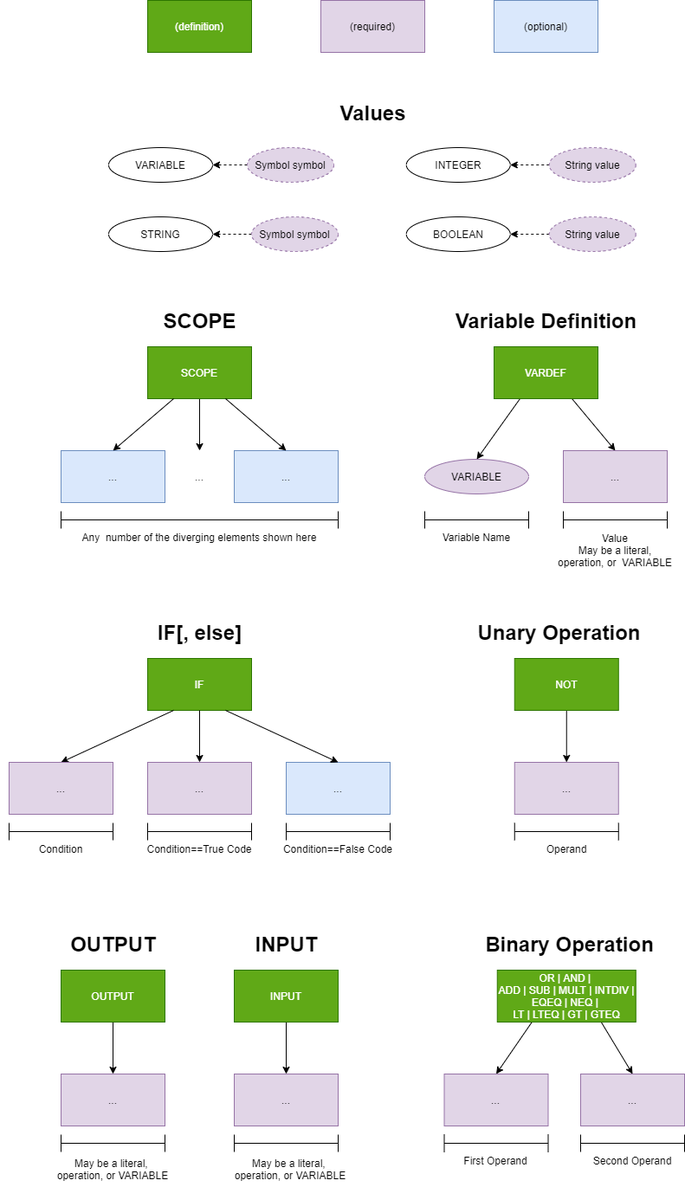
The draw.io diagram README/Images/LanguageConstructs0-Constructs.png in ZacharyYGateley/Compiler, before a commit. Source tidied: cells renumbered, new cells last; positions are measured from the earlier drawing's top-left corner, leaving out a move shared by most shapes.
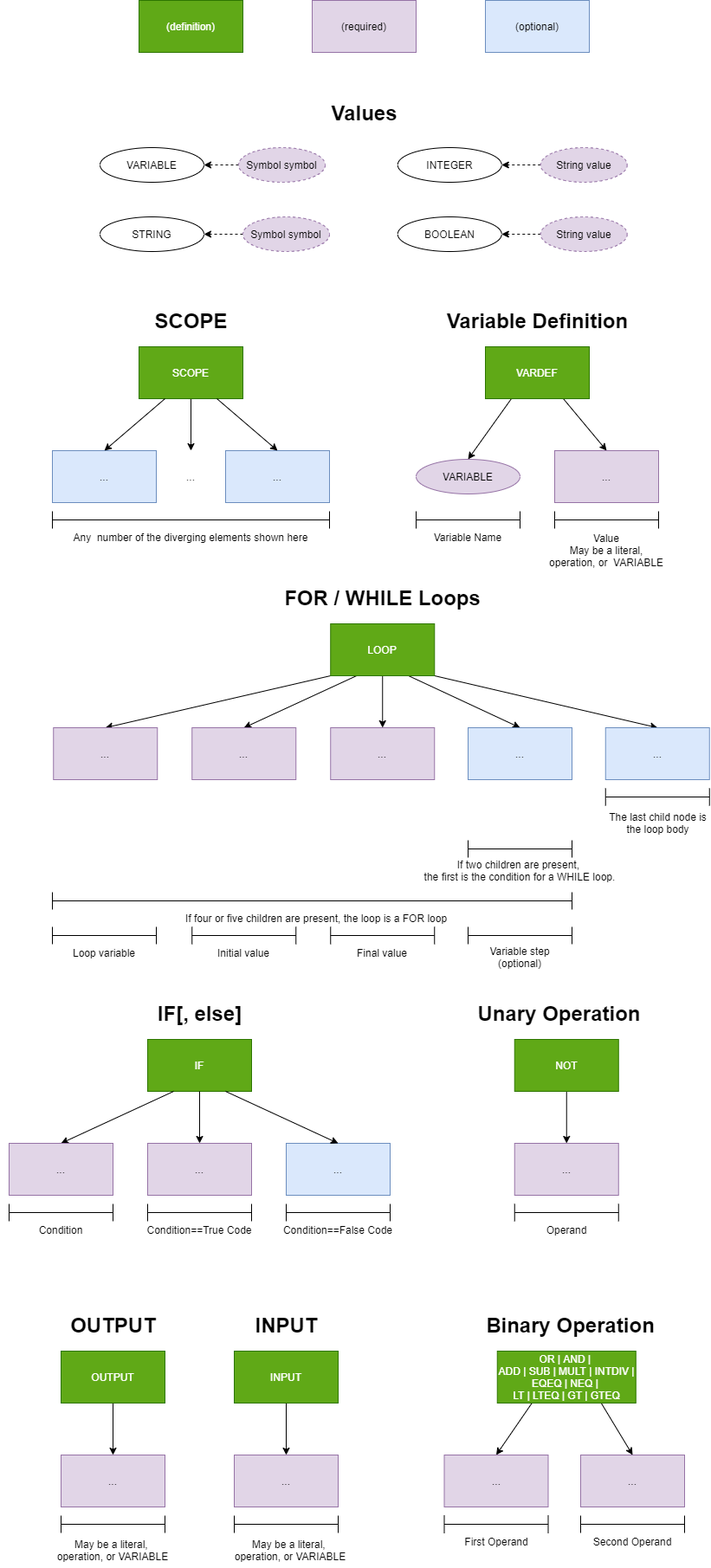
Later version of the same file.

Change to the diagram source:
```diff
@@ -4,26 +4,26 @@
     <mxCell id="1" parent="0" />
     <mxCell id="2" style="edgeStyle=orthogonalEdgeStyle;rounded=0;jettySize=auto;html=1;exitX=0.5;exitY=1;exitDx=0;exitDy=0;startArrow=none;startFill=0;" parent="1" edge="1" source="3">
       <mxGeometry relative="1" as="geometry">
-        <mxPoint x="230" y="520" as="targetPoint" />
+        <mxPoint x="220" y="80" as="targetPoint" />
       </mxGeometry>
     </mxCell>
     <mxCell id="3" value="SCOPE" style="rounded=0;whiteSpace=wrap;html=1;fillColor=#60a917;strokeColor=#2D7600;fontColor=#ffffff;" parent="1" vertex="1">
-      <mxGeometry x="170" y="400" width="120" height="60" as="geometry" />
+      <mxGeometry x="160" y="-40" width="120" height="60" as="geometry" />
     </mxCell>
     <mxCell id="4" value="..." style="text;html=1;strokeColor=none;fillColor=none;align=center;verticalAlign=middle;whiteSpace=wrap;rounded=0;" parent="1" vertex="1">
-      <mxGeometry x="210" y="540" width="40" height="20" as="geometry" />
+      <mxGeometry x="200" y="100" width="40" height="20" as="geometry" />
     </mxCell>
     <mxCell id="5" style="shape=crossbar;whiteSpace=wrap;html=1;rounded=1;" parent="1" vertex="1">
-      <mxGeometry x="70" y="590" width="320" height="20" as="geometry" />
+      <mxGeometry x="60" y="150" width="320" height="20" as="geometry" />
     </mxCell>
     <mxCell id="6" value="Any&amp;nbsp; number of the diverging elements shown here" style="text;html=1;strokeColor=none;fillColor=none;align=center;verticalAlign=middle;whiteSpace=wrap;rounded=0;" parent="1" vertex="1">
-      <mxGeometry x="50" y="610" width="360" height="20" as="geometry" />
+      <mxGeometry x="40" y="170" width="360" height="20" as="geometry" />
     </mxCell>
     <mxCell id="7" value="..." style="rounded=0;whiteSpace=wrap;html=1;fillColor=#dae8fc;strokeColor=#6c8ebf;" parent="1" vertex="1">
-      <mxGeometry x="70" y="520" width="120" height="60" as="geometry" />
+      <mxGeometry x="60" y="80" width="120" height="60" as="geometry" />
     </mxCell>
     <mxCell id="8" value="..." style="rounded=0;whiteSpace=wrap;html=1;fillColor=#dae8fc;strokeColor=#6c8ebf;" parent="1" vertex="1">
-      <mxGeometry x="270" y="520" width="120" height="60" as="geometry" />
+      <mxGeometry x="260" y="80" width="120" height="60" as="geometry" />
     </mxCell>
     <mxCell id="9" style="endArrow=classic;html=1;exitX=0.75;exitY=1;exitDx=0;exitDy=0;entryX=0.5;entryY=0;entryDx=0;entryDy=0;" parent="1" edge="1" source="3" target="8">
       <mxGeometry relative="1" as="geometry" />
@@ -32,10 +32,10 @@
       <mxGeometry relative="1" as="geometry" />
     </mxCell>
     <mxCell id="11" value="SCOPE" style="text;strokeColor=none;fillColor=none;html=1;fontSize=24;fontStyle=1;verticalAlign=middle;align=center;" parent="1" vertex="1">
-      <mxGeometry x="180" y="350" width="100" height="40" as="geometry" />
+      <mxGeometry x="170" y="-90" width="100" height="40" as="geometry" />
     </mxCell>
     <mxCell id="12" value="VARIABLE" style="ellipse;whiteSpace=wrap;html=1;fillColor=#e1d5e7;strokeColor=#9673a6;" parent="1" vertex="1">
-      <mxGeometry x="490" y="530" width="120" height="40" as="geometry" />
+      <mxGeometry x="480" y="90" width="120" height="40" as="geometry" />
     </mxCell>
     <mxCell id="13" style="endArrow=classic;html=1;entryX=0.5;entryY=0;entryDx=0;entryDy=0;exitX=0.75;exitY=1;exitDx=0;exitDy=0;" parent="1" edge="1" source="18" target="19">
       <mxGeometry relative="1" as="geometry" />
@@ -44,25 +44,25 @@
       <mxGeometry relative="1" as="geometry" />
     </mxCell>
     <mxCell id="15" value="Value&lt;br&gt;May be a literal, operation, or&amp;nbsp;&amp;nbsp;VARIABLE" style="text;html=1;strokeColor=none;fillColor=none;align=center;verticalAlign=middle;whiteSpace=wrap;rounded=0;" parent="1" vertex="1">
-      <mxGeometry x="640" y="610" width="140" height="50" as="geometry" />
+      <mxGeometry x="630" y="170" width="140" height="50" as="geometry" />
     </mxCell>
     <mxCell id="16" style="shape=crossbar;whiteSpace=wrap;html=1;rounded=1;" parent="1" vertex="1">
-      <mxGeometry x="490" y="590" width="120" height="20" as="geometry" />
+      <mxGeometry x="480" y="150" width="120" height="20" as="geometry" />
     </mxCell>
     <mxCell id="17" value="Variable Name" style="text;html=1;strokeColor=none;fillColor=none;align=center;verticalAlign=middle;whiteSpace=wrap;rounded=0;" parent="1" vertex="1">
-      <mxGeometry x="495" y="610" width="110" height="20" as="geometry" />
+      <mxGeometry x="485" y="170" width="110" height="20" as="geometry" />
     </mxCell>
     <mxCell id="18" value="VARDEF" style="rounded=0;whiteSpace=wrap;html=1;fillColor=#60a917;strokeColor=#2D7600;fontColor=#ffffff;" parent="1" vertex="1">
-      <mxGeometry x="570" y="400" width="120" height="60" as="geometry" />
+      <mxGeometry x="560" y="-40" width="120" height="60" as="geometry" />
     </mxCell>
     <mxCell id="19" value="..." style="rounded=0;whiteSpace=wrap;html=1;fillColor=#e1d5e7;strokeColor=#9673a6;" parent="1" vertex="1">
-      <mxGeometry x="650" y="520" width="120" height="60" as="geometry" />
+      <mxGeometry x="640" y="80" width="120" height="60" as="geometry" />
     </mxCell>
     <mxCell id="20" style="shape=crossbar;whiteSpace=wrap;html=1;rounded=1;" parent="1" vertex="1">
-      <mxGeometry x="650" y="590" width="120" height="20" as="geometry" />
+      <mxGeometry x="640" y="150" width="120" height="20" as="geometry" />
     </mxCell>
     <mxCell id="21" value="Variable Definition" style="text;strokeColor=none;fillColor=none;html=1;fontSize=24;fontStyle=1;verticalAlign=middle;align=center;labelBackgroundColor=none;" parent="1" vertex="1">
-      <mxGeometry x="580" y="350" width="100" height="40" as="geometry" />
+      <mxGeometry x="570" y="-90" width="100" height="40" as="geometry" />
     </mxCell>
     <mxCell id="22" value="IF" style="rounded=0;whiteSpace=wrap;html=1;fillColor=#60a917;strokeColor=#2D7600;fontColor=#ffffff;" parent="1" vertex="1">
       <mxGeometry x="170" y="760" width="120" height="60" as="geometry" />
@@ -194,52 +194,52 @@
       <mxGeometry x="595" y="710" width="100" height="40" as="geometry" />
     </mxCell>
     <mxCell id="65" value="(optional)" style="rounded=0;whiteSpace=wrap;html=1;fillColor=#dae8fc;strokeColor=#6c8ebf;" parent="1" vertex="1">
-      <mxGeometry x="570" width="120" height="60" as="geometry" />
+      <mxGeometry x="560" y="-440" width="120" height="60" as="geometry" />
     </mxCell>
     <mxCell id="66" value="(required)" style="rounded=0;whiteSpace=wrap;html=1;fillColor=#e1d5e7;strokeColor=#9673a6;" parent="1" vertex="1">
-      <mxGeometry x="370" width="120" height="60" as="geometry" />
+      <mxGeometry x="360" y="-440" width="120" height="60" as="geometry" />
     </mxCell>
     <mxCell id="67" value="(definition)" style="rounded=0;whiteSpace=wrap;html=1;fillColor=#60a917;strokeColor=#2D7600;fontColor=#ffffff;" parent="1" vertex="1">
-      <mxGeometry x="170" width="120" height="60" as="geometry" />
+      <mxGeometry x="160" y="-440" width="120" height="60" as="geometry" />
     </mxCell>
     <mxCell id="68" value="VARIABLE" style="ellipse;whiteSpace=wrap;html=1;" parent="1" vertex="1">
-      <mxGeometry x="125" y="170" width="120" height="40" as="geometry" />
+      <mxGeometry x="115" y="-270" width="120" height="40" as="geometry" />
     </mxCell>
     <mxCell id="69" style="edgeStyle=orthogonalEdgeStyle;rounded=0;jettySize=auto;html=1;exitX=0;exitY=0.5;exitDx=0;exitDy=0;entryX=1;entryY=0.5;entryDx=0;entryDy=0;dashed=1;" parent="1" edge="1" source="70" target="68">
       <mxGeometry relative="1" as="geometry" />
     </mxCell>
     <mxCell id="70" value="Symbol symbol" style="ellipse;whiteSpace=wrap;html=1;align=center;dashed=1;fillColor=#e1d5e7;strokeColor=#9673a6;" parent="1" vertex="1">
-      <mxGeometry x="285" y="170" width="100" height="40" as="geometry" />
+      <mxGeometry x="275" y="-270" width="100" height="40" as="geometry" />
     </mxCell>
     <mxCell id="71" value="STRING" style="ellipse;whiteSpace=wrap;html=1;" parent="1" vertex="1">
-      <mxGeometry x="125" y="250" width="120" height="40" as="geometry" />
+      <mxGeometry x="115" y="-190" width="120" height="40" as="geometry" />
     </mxCell>
     <mxCell id="72" style="edgeStyle=orthogonalEdgeStyle;rounded=0;jettySize=auto;html=1;exitX=0;exitY=0.5;exitDx=0;exitDy=0;entryX=1;entryY=0.5;entryDx=0;entryDy=0;dashed=1;" parent="1" edge="1" source="73" target="71">
       <mxGeometry relative="1" as="geometry" />
     </mxCell>
     <mxCell id="73" value="Symbol symbol" style="ellipse;whiteSpace=wrap;html=1;align=center;dashed=1;fillColor=#e1d5e7;strokeColor=#9673a6;" parent="1" vertex="1">
-      <mxGeometry x="290" y="250" width="100" height="40" as="geometry" />
+      <mxGeometry x="280" y="-190" width="100" height="40" as="geometry" />
     </mxCell>
     <mxCell id="74" value="INTEGER" style="ellipse;whiteSpace=wrap;html=1;" parent="1" vertex="1">
-      <mxGeometry x="468.8" y="170" width="120" height="40" as="geometry" />
+      <mxGeometry x="458.8" y="-270" width="120" height="40" as="geometry" />
     </mxCell>
     <mxCell id="75" style="edgeStyle=orthogonalEdgeStyle;rounded=0;jettySize=auto;html=1;exitX=0;exitY=0.5;exitDx=0;exitDy=0;entryX=1;entryY=0.5;entryDx=0;entryDy=0;dashed=1;" parent="1" edge="1" source="76" target="74">
       <mxGeometry relative="1" as="geometry" />
     </mxCell>
     <mxCell id="76" value="String value" style="ellipse;whiteSpace=wrap;html=1;align=center;dashed=1;fillColor=#e1d5e7;strokeColor=#9673a6;" parent="1" vertex="1">
-      <mxGeometry x="633.8" y="170" width="100" height="40" as="geometry" />
+      <mxGeometry x="623.8" y="-270" width="100" height="40" as="geometry" />
     </mxCell>
     <mxCell id="77" value="Values" style="text;strokeColor=none;fillColor=none;html=1;fontSize=24;fontStyle=1;verticalAlign=middle;align=center;dashed=1;" parent="1" vertex="1">
-      <mxGeometry x="380" y="110" width="100" height="40" as="geometry" />
+      <mxGeometry x="370" y="-330" width="100" height="40" as="geometry" />
     </mxCell>
     <mxCell id="78" value="BOOLEAN" style="ellipse;whiteSpace=wrap;html=1;" parent="1" vertex="1">
-      <mxGeometry x="468.8" y="250" width="120" height="40" as="geometry" />
+      <mxGeometry x="458.8" y="-190" width="120" height="40" as="geometry" />
     </mxCell>
     <mxCell id="79" style="edgeStyle=orthogonalEdgeStyle;rounded=0;jettySize=auto;html=1;exitX=0;exitY=0.5;exitDx=0;exitDy=0;entryX=1;entryY=0.5;entryDx=0;entryDy=0;dashed=1;" parent="1" edge="1" source="80" target="78">
       <mxGeometry relative="1" as="geometry" />
     </mxCell>
     <mxCell id="80" value="String value" style="ellipse;whiteSpace=wrap;html=1;align=center;dashed=1;fillColor=#e1d5e7;strokeColor=#9673a6;" parent="1" vertex="1">
-      <mxGeometry x="633.8" y="250" width="100" height="40" as="geometry" />
+      <mxGeometry x="623.8" y="-190" width="100" height="40" as="geometry" />
     </mxCell>
     <mxCell id="81" style="edgeStyle=orthogonalEdgeStyle;rounded=0;jettySize=auto;html=1;exitX=0.5;exitY=1;exitDx=0;exitDy=0;entryX=0.5;entryY=0;entryDx=0;entryDy=0;endArrow=classic;endFill=1;" parent="1" edge="1" source="82" target="63">
       <mxGeometry relative="1" as="geometry" />
@@ -250,5 +250,83 @@
     <mxCell id="83" value="May be a literal, &lt;br&gt;operation, or VARIABLE" style="text;html=1;strokeColor=none;fillColor=none;align=center;verticalAlign=middle;whiteSpace=wrap;rounded=0;labelBackgroundColor=none;" parent="1" vertex="1">
       <mxGeometry x="255" y="1330" width="160" height="40" as="geometry" />
     </mxCell>
+    <mxCell id="84" style="rounded=0;jettySize=auto;html=1;exitX=0;exitY=1;exitDx=0;exitDy=0;entryX=0.5;entryY=0;entryDx=0;entryDy=0;" parent="1" edge="1" source="89" target="94">
+      <mxGeometry relative="1" as="geometry" />
+    </mxCell>
+    <mxCell id="85" style="edgeStyle=none;rounded=0;jettySize=auto;html=1;exitX=0.25;exitY=1;exitDx=0;exitDy=0;entryX=0.5;entryY=0;entryDx=0;entryDy=0;" parent="1" edge="1" source="89" target="93">
+      <mxGeometry relative="1" as="geometry" />
+    </mxCell>
+    <mxCell id="86" style="edgeStyle=none;rounded=0;jettySize=auto;html=1;exitX=0.5;exitY=1;exitDx=0;exitDy=0;entryX=0.5;entryY=0;entryDx=0;entryDy=0;" parent="1" edge="1" source="89" target="92">
+      <mxGeometry relative="1" as="geometry" />
+    </mxCell>
+    <mxCell id="87" style="edgeStyle=none;rounded=0;jettySize=auto;html=1;exitX=0.75;exitY=1;exitDx=0;exitDy=0;entryX=0.5;entryY=0;entryDx=0;entryDy=0;" parent="1" edge="1" source="89" target="91">
+      <mxGeometry relative="1" as="geometry" />
+    </mxCell>
+    <mxCell id="88" style="edgeStyle=none;rounded=0;jettySize=auto;html=1;exitX=1;exitY=1;exitDx=0;exitDy=0;entryX=0.5;entryY=0;entryDx=0;entryDy=0;" parent="1" edge="1" source="89" target="90">
+      <mxGeometry relative="1" as="geometry" />
+    </mxCell>
+    <mxCell id="89" value="LOOP" style="rounded=0;whiteSpace=wrap;html=1;fillColor=#60a917;strokeColor=#2D7600;fontColor=#ffffff;" parent="1" vertex="1">
+      <mxGeometry x="381.2" y="280" width="120" height="60" as="geometry" />
+    </mxCell>
+    <mxCell id="90" value="..." style="rounded=0;whiteSpace=wrap;html=1;fillColor=#dae8fc;strokeColor=#6c8ebf;" parent="1" vertex="1">
+      <mxGeometry x="698.8" y="400" width="120" height="60" as="geometry" />
+    </mxCell>
+    <mxCell id="91" value="..." style="rounded=0;whiteSpace=wrap;html=1;fillColor=#dae8fc;strokeColor=#6c8ebf;" parent="1" vertex="1">
+      <mxGeometry x="540" y="400" width="120" height="60" as="geometry" />
+    </mxCell>
+    <mxCell id="92" value="..." style="rounded=0;whiteSpace=wrap;html=1;fillColor=#e1d5e7;strokeColor=#9673a6;" parent="1" vertex="1">
+      <mxGeometry x="381.2" y="400" width="120" height="60" as="geometry" />
+    </mxCell>
+    <mxCell id="93" value="..." style="rounded=0;whiteSpace=wrap;html=1;fillColor=#e1d5e7;strokeColor=#9673a6;" parent="1" vertex="1">
+      <mxGeometry x="221.2" y="400" width="120" height="60" as="geometry" />
+    </mxCell>
+    <mxCell id="94" value="..." style="rounded=0;whiteSpace=wrap;html=1;fillColor=#e1d5e7;strokeColor=#9673a6;" parent="1" vertex="1">
+      <mxGeometry x="61.2" y="400" width="120" height="60" as="geometry" />
+    </mxCell>
+    <mxCell id="95" style="shape=crossbar;whiteSpace=wrap;html=1;rounded=1;" parent="1" vertex="1">
+      <mxGeometry x="698.8" y="470" width="120" height="20" as="geometry" />
+    </mxCell>
+    <mxCell id="96" value="If two children are present, &lt;br&gt;the first is the condition for a WHILE loop." style="text;html=1;strokeColor=none;fillColor=none;align=center;verticalAlign=middle;whiteSpace=wrap;rounded=0;" parent="1" vertex="1">
+      <mxGeometry x="485" y="550" width="230" height="30" as="geometry" />
+    </mxCell>
+    <mxCell id="97" style="shape=crossbar;whiteSpace=wrap;html=1;rounded=1;" parent="1" vertex="1">
+      <mxGeometry x="540" y="530" width="120" height="20" as="geometry" />
+    </mxCell>
+    <mxCell id="98" value="The last child node is the loop body" style="text;html=1;strokeColor=none;fillColor=none;align=center;verticalAlign=middle;whiteSpace=wrap;rounded=0;" parent="1" vertex="1">
+      <mxGeometry x="698.8" y="490" width="121.2" height="40" as="geometry" />
+    </mxCell>
+    <mxCell id="99" style="shape=crossbar;whiteSpace=wrap;html=1;rounded=1;" parent="1" vertex="1">
+      <mxGeometry x="60" y="590" width="600" height="20" as="geometry" />
+    </mxCell>
+    <mxCell id="100" value="If four or five children are present, the loop is a FOR loop" style="text;html=1;strokeColor=none;fillColor=none;align=center;verticalAlign=middle;whiteSpace=wrap;rounded=0;" parent="1" vertex="1">
+      <mxGeometry x="70" y="610" width="590" height="20" as="geometry" />
+    </mxCell>
+    <mxCell id="101" style="shape=crossbar;whiteSpace=wrap;html=1;rounded=1;" parent="1" vertex="1">
+      <mxGeometry x="60" y="630" width="120" height="20" as="geometry" />
+    </mxCell>
+    <mxCell id="102" style="shape=crossbar;whiteSpace=wrap;html=1;rounded=1;" parent="1" vertex="1">
+      <mxGeometry x="221.2" y="630" width="120" height="20" as="geometry" />
+    </mxCell>
+    <mxCell id="103" style="shape=crossbar;whiteSpace=wrap;html=1;rounded=1;" parent="1" vertex="1">
+      <mxGeometry x="381.2" y="630" width="120" height="20" as="geometry" />
+    </mxCell>
+    <mxCell id="104" style="shape=crossbar;whiteSpace=wrap;html=1;rounded=1;" parent="1" vertex="1">
+      <mxGeometry x="540" y="630" width="120" height="20" as="geometry" />
+    </mxCell>
+    <mxCell id="105" value="Loop variable" style="text;html=1;strokeColor=none;fillColor=none;align=center;verticalAlign=middle;whiteSpace=wrap;rounded=0;" parent="1" vertex="1">
+      <mxGeometry x="60" y="650" width="120" height="20" as="geometry" />
+    </mxCell>
+    <mxCell id="106" value="Initial value" style="text;html=1;strokeColor=none;fillColor=none;align=center;verticalAlign=middle;whiteSpace=wrap;rounded=0;" parent="1" vertex="1">
+      <mxGeometry x="221.2" y="650" width="120" height="20" as="geometry" />
+    </mxCell>
+    <mxCell id="107" value="Final value" style="text;html=1;strokeColor=none;fillColor=none;align=center;verticalAlign=middle;whiteSpace=wrap;rounded=0;" parent="1" vertex="1">
+      <mxGeometry x="381.2" y="650" width="120" height="20" as="geometry" />
+    </mxCell>
+    <mxCell id="108" value="Variable step&lt;br&gt;(optional)" style="text;html=1;strokeColor=none;fillColor=none;align=center;verticalAlign=middle;whiteSpace=wrap;rounded=0;" parent="1" vertex="1">
+      <mxGeometry x="540" y="650" width="120" height="30" as="geometry" />
+    </mxCell>
+    <mxCell id="109" value="FOR / WHILE Loops" style="text;strokeColor=none;fillColor=none;html=1;fontSize=24;fontStyle=1;verticalAlign=middle;align=center;labelBackgroundColor=none;" parent="1" vertex="1">
+      <mxGeometry x="391.2" y="230" width="100" height="40" as="geometry" />
+    </mxCell>
   </root>
 </mxGraphModel>
```
